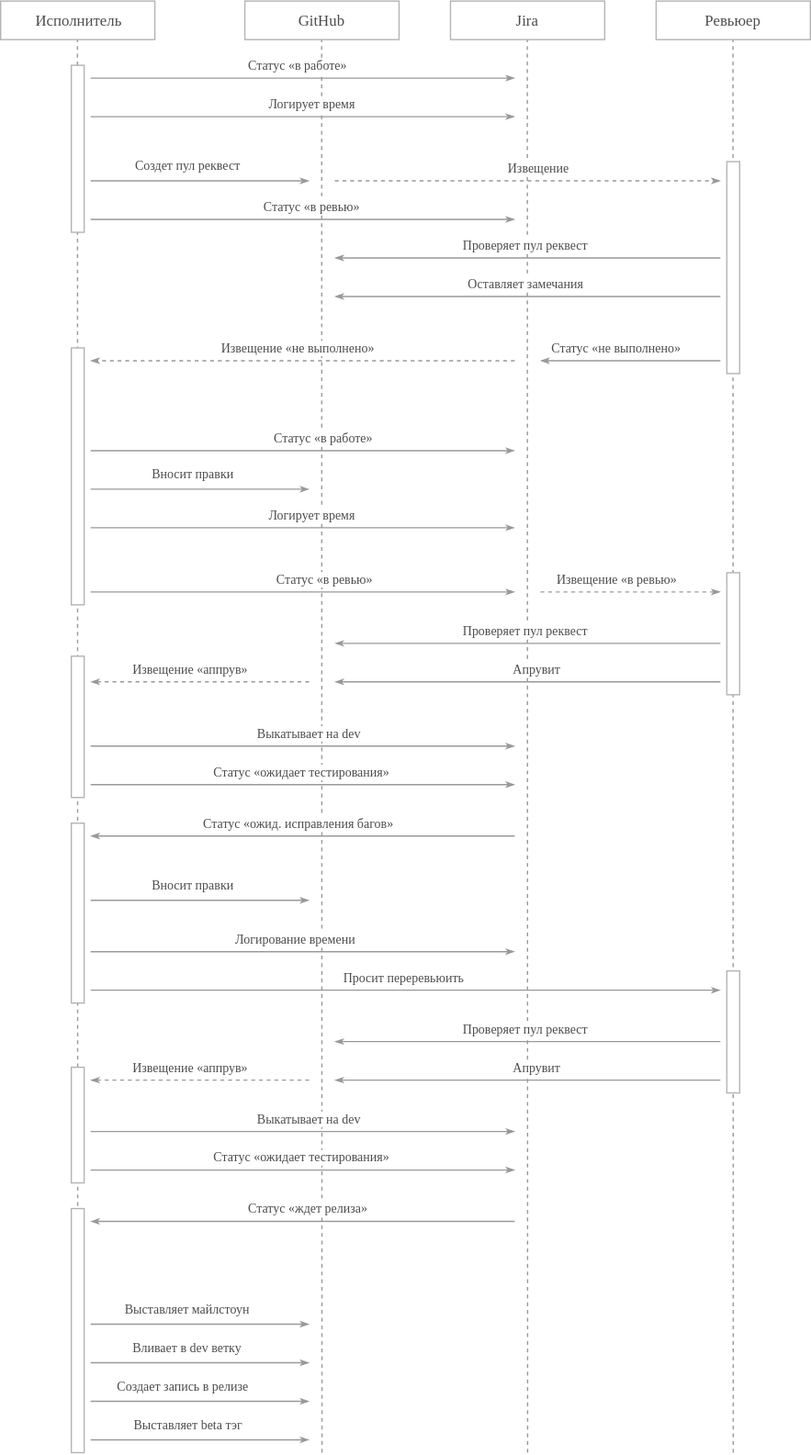
Earlier version of the draw.io export workflow.svg (ajile/draw-io). Source tidied: cells renumbered, new cells last; positions are measured from the earlier drawing's top-left corner, leaving out a move shared by most shapes.
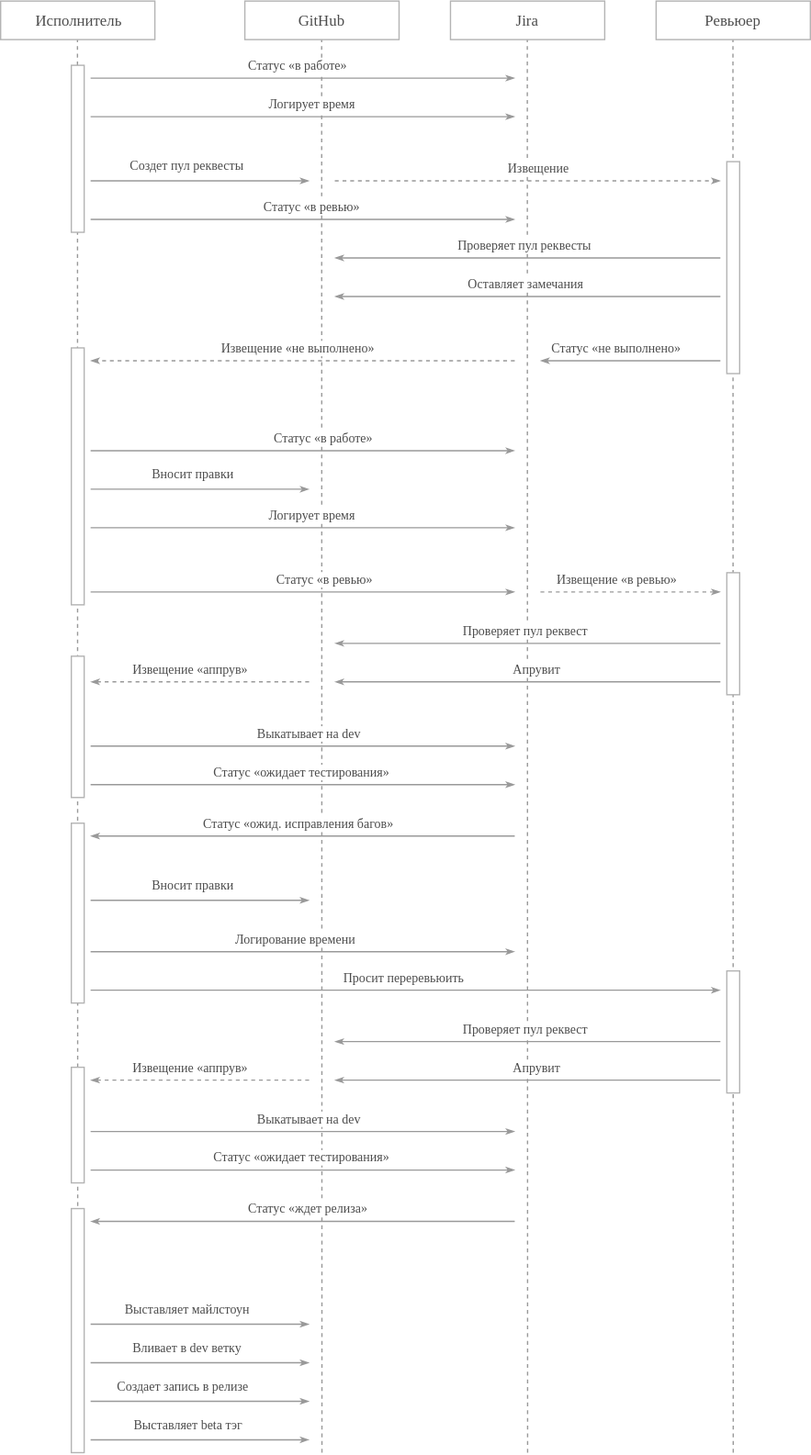
The same diagram one commit later.

The edit, as a diff of the source:
```diff
@@ -27,7 +27,7 @@
         <mxPoint x="240" y="140" as="targetPoint" />
       </mxGeometry>
     </mxCell>
-    <mxCell id="8" value="Создет пул реквест" style="text;html=1;align=center;verticalAlign=middle;labelBackgroundColor=#ffffff;fontSize=10;fontFamily=Verdana;fontColor=#4D4D4D;" parent="7" vertex="1">
+    <mxCell id="8" value="Создет пул реквесты" style="text;html=1;align=center;verticalAlign=middle;labelBackgroundColor=#ffffff;fontSize=10;fontFamily=Verdana;fontColor=#4D4D4D;" parent="7" vertex="1">
       <mxGeometry x="-0.11" relative="1" as="geometry">
         <mxPoint x="10" y="-12" as="offset" />
       </mxGeometry>
@@ -62,7 +62,7 @@
         <mxPoint x="260" y="200" as="targetPoint" />
       </mxGeometry>
     </mxCell>
-    <mxCell id="15" value="Проверяет пул реквест" style="text;html=1;align=center;verticalAlign=middle;labelBackgroundColor=#ffffff;fontSize=10;fontFamily=Verdana;fontColor=#4D4D4D;" parent="14" vertex="1">
+    <mxCell id="15" value="Проверяет пул реквесты" style="text;html=1;align=center;verticalAlign=middle;labelBackgroundColor=#ffffff;fontSize=10;fontFamily=Verdana;fontColor=#4D4D4D;" parent="14" vertex="1">
       <mxGeometry x="-0.11" relative="1" as="geometry">
         <mxPoint x="-7" y="-10" as="offset" />
       </mxGeometry>
```
